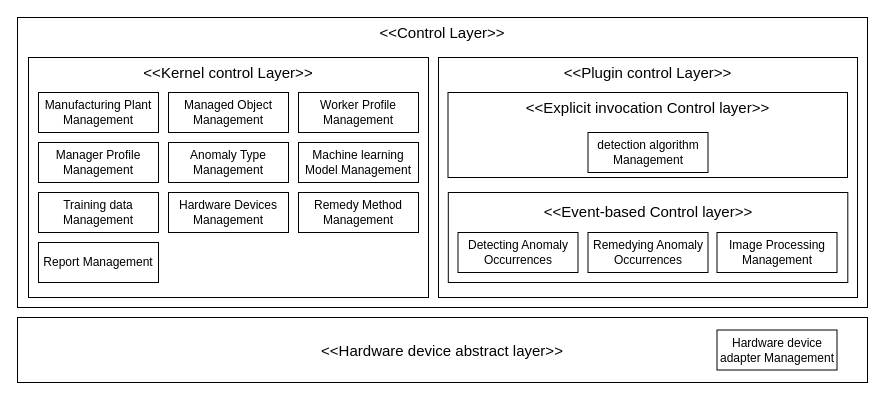
The draw.io diagram functional_component.drawio in ShineSoYoung/TEST, before the edit. Source tidied: cells renumbered, new cells numbered last; positions are measured from the earlier drawing's top-left corner, leaving out a move shared by most shapes. Both pictures are drawn from the tidied source at 100%, with x=0, y=0 at pixel (17, 17).
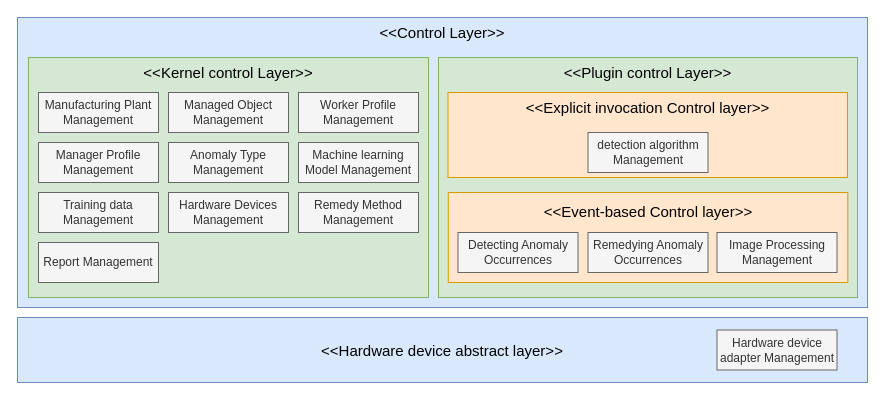
Above is the later version.

The edit, as a diff of the source:
```diff
@@
-    <mxCell id="2" style="rounded=0;whiteSpace=wrap;html=1;" parent="1" vertex="1">
+    <mxCell id="2" style="rounded=0;whiteSpace=wrap;html=1;fillColor=#dae8fc;strokeColor=#6c8ebf;" parent="1" vertex="1">
       <mxGeometry width="850" height="290" as="geometry" />
     </mxCell>
@@
-    <mxCell id="4" style="rounded=0;whiteSpace=wrap;html=1;" parent="1" vertex="1">
+    <mxCell id="4" style="rounded=0;whiteSpace=wrap;html=1;fillColor=#d5e8d4;strokeColor=#82b366;" parent="1" vertex="1">
       <mxGeometry x="11" y="40" width="400" height="240" as="geometry" />
     </mxCell>
@@
-    <mxCell id="6" style="rounded=0;whiteSpace=wrap;html=1;" parent="1" vertex="1">
+    <mxCell id="6" style="rounded=0;whiteSpace=wrap;html=1;fillColor=#d5e8d4;strokeColor=#82b366;" parent="1" vertex="1">
       <mxGeometry x="421" y="40" width="419" height="240" as="geometry" />
     </mxCell>
@@
-    <mxCell id="8" value="&amp;lt;&amp;lt;Hardware device abstract layer&amp;gt;&amp;gt;" style="rounded=0;whiteSpace=wrap;html=1;fontSize=15;" parent="1" vertex="1">
+    <mxCell id="8" value="&amp;lt;&amp;lt;Hardware device abstract layer&amp;gt;&amp;gt;" style="rounded=0;whiteSpace=wrap;html=1;fontSize=15;fillColor=#dae8fc;strokeColor=#6c8ebf;" parent="1" vertex="1">
       <mxGeometry y="300" width="850" height="65" as="geometry" />
     </mxCell>
-    <mxCell id="9" value="Manufacturing Plant Management" style="rounded=0;whiteSpace=wrap;html=1;" parent="1" vertex="1">
+    <mxCell id="9" value="Manufacturing Plant Management" style="rounded=0;whiteSpace=wrap;html=1;fillColor=#f5f5f5;fontColor=#333333;strokeColor=#666666;" parent="1" vertex="1">
       <mxGeometry x="21" y="75" width="120" height="40" as="geometry" />
     </mxCell>
-    <mxCell id="10" value="Managed Object Management" style="rounded=0;whiteSpace=wrap;html=1;" parent="1" vertex="1">
+    <mxCell id="10" value="Managed Object Management" style="rounded=0;whiteSpace=wrap;html=1;fillColor=#f5f5f5;fontColor=#333333;strokeColor=#666666;" parent="1" vertex="1">
       <mxGeometry x="151" y="75" width="120" height="40" as="geometry" />
     </mxCell>
-    <mxCell id="11" value="Worker Profile Management" style="rounded=0;whiteSpace=wrap;html=1;" parent="1" vertex="1">
+    <mxCell id="11" value="Worker Profile Management" style="rounded=0;whiteSpace=wrap;html=1;fillColor=#f5f5f5;fontColor=#333333;strokeColor=#666666;" parent="1" vertex="1">
       <mxGeometry x="281" y="75" width="120" height="40" as="geometry" />
     </mxCell>
-    <mxCell id="12" value="Manager Profile Management" style="rounded=0;whiteSpace=wrap;html=1;" parent="1" vertex="1">
+    <mxCell id="12" value="Manager Profile Management" style="rounded=0;whiteSpace=wrap;html=1;fillColor=#f5f5f5;fontColor=#333333;strokeColor=#666666;" parent="1" vertex="1">
       <mxGeometry x="21" y="125" width="120" height="40" as="geometry" />
     </mxCell>
-    <mxCell id="13" value="Anomaly Type Management" style="rounded=0;whiteSpace=wrap;html=1;" parent="1" vertex="1">
+    <mxCell id="13" value="Anomaly Type Management" style="rounded=0;whiteSpace=wrap;html=1;fillColor=#f5f5f5;fontColor=#333333;strokeColor=#666666;" parent="1" vertex="1">
       <mxGeometry x="151" y="125" width="120" height="40" as="geometry" />
     </mxCell>
-    <mxCell id="14" value="Remedy Method Management" style="rounded=0;whiteSpace=wrap;html=1;" parent="1" vertex="1">
+    <mxCell id="14" value="Remedy Method Management" style="rounded=0;whiteSpace=wrap;html=1;fillColor=#f5f5f5;fontColor=#333333;strokeColor=#666666;" parent="1" vertex="1">
       <mxGeometry x="281" y="175" width="120" height="40" as="geometry" />
     </mxCell>
-    <mxCell id="15" value="Machine learning Model Management" style="rounded=0;whiteSpace=wrap;html=1;" parent="1" vertex="1">
+    <mxCell id="15" value="Machine learning Model Management" style="rounded=0;whiteSpace=wrap;html=1;fillColor=#f5f5f5;fontColor=#333333;strokeColor=#666666;" parent="1" vertex="1">
       <mxGeometry x="281" y="125" width="120" height="40" as="geometry" />
     </mxCell>
-    <mxCell id="16" value="Training data Management" style="rounded=0;whiteSpace=wrap;html=1;" parent="1" vertex="1">
+    <mxCell id="16" value="Training data Management" style="rounded=0;whiteSpace=wrap;html=1;fillColor=#f5f5f5;fontColor=#333333;strokeColor=#666666;" parent="1" vertex="1">
       <mxGeometry x="21" y="175" width="120" height="40" as="geometry" />
     </mxCell>
-    <mxCell id="17" value="Report Management" style="rounded=0;whiteSpace=wrap;html=1;" parent="1" vertex="1">
+    <mxCell id="17" value="Report Management" style="rounded=0;whiteSpace=wrap;html=1;fillColor=#f5f5f5;fontColor=#333333;strokeColor=#666666;" parent="1" vertex="1">
       <mxGeometry x="21" y="225" width="120" height="40" as="geometry" />
     </mxCell>
-    <mxCell id="18" style="rounded=0;whiteSpace=wrap;html=1;" parent="1" vertex="1">
+    <mxCell id="18" style="rounded=0;whiteSpace=wrap;html=1;fillColor=#ffe6cc;strokeColor=#d79b00;" parent="1" vertex="1">
       <mxGeometry x="430.8" y="175" width="399.5" height="90" as="geometry" />
     </mxCell>
-    <mxCell id="19" style="rounded=0;whiteSpace=wrap;html=1;" parent="1" vertex="1">
+    <mxCell id="19" style="rounded=0;whiteSpace=wrap;html=1;fillColor=#ffe6cc;strokeColor=#d79b00;" parent="1" vertex="1">
       <mxGeometry x="430.5" y="75" width="399.5" height="85" as="geometry" />
     </mxCell>
-    <mxCell id="20" value="Hardware device adapter Management" style="rounded=0;whiteSpace=wrap;html=1;" parent="1" vertex="1">
+    <mxCell id="20" value="Hardware device adapter Management" style="rounded=0;whiteSpace=wrap;html=1;fillColor=#f5f5f5;fontColor=#333333;strokeColor=#666666;" parent="1" vertex="1">
       <mxGeometry x="699.5" y="312.5" width="120" height="40" as="geometry" />
     </mxCell>
-    <mxCell id="21" value="Remedying Anomaly Occurrences" style="rounded=0;whiteSpace=wrap;html=1;" parent="1" vertex="1">
+    <mxCell id="21" value="Remedying Anomaly Occurrences" style="rounded=0;whiteSpace=wrap;html=1;fillColor=#f5f5f5;fontColor=#333333;strokeColor=#666666;" parent="1" vertex="1">
       <mxGeometry x="570.5" y="215" width="120" height="40" as="geometry" />
     </mxCell>
-    <mxCell id="22" value="Image Processing Management" style="rounded=0;whiteSpace=wrap;html=1;" parent="1" vertex="1">
+    <mxCell id="22" value="Image Processing Management" style="rounded=0;whiteSpace=wrap;html=1;fillColor=#f5f5f5;fontColor=#333333;strokeColor=#666666;" parent="1" vertex="1">
       <mxGeometry x="699.5" y="215" width="120" height="40" as="geometry" />
     </mxCell>
-    <mxCell id="23" value="detection algorithm Management" style="rounded=0;whiteSpace=wrap;html=1;" parent="1" vertex="1">
+    <mxCell id="23" value="detection algorithm Management" style="rounded=0;whiteSpace=wrap;html=1;fillColor=#f5f5f5;fontColor=#333333;strokeColor=#666666;" parent="1" vertex="1">
       <mxGeometry x="570.5" y="115" width="120" height="40" as="geometry" />
     </mxCell>
@@
-    <mxCell id="26" value="Hardware Devices Management" style="rounded=0;whiteSpace=wrap;html=1;" parent="1" vertex="1">
+    <mxCell id="26" value="Hardware Devices Management" style="rounded=0;whiteSpace=wrap;html=1;fillColor=#f5f5f5;fontColor=#333333;strokeColor=#666666;" parent="1" vertex="1">
       <mxGeometry x="151" y="175" width="120" height="40" as="geometry" />
     </mxCell>
-    <mxCell id="27" value="Detecting Anomaly Occurrences" style="rounded=0;whiteSpace=wrap;html=1;" parent="1" vertex="1">
+    <mxCell id="27" value="Detecting Anomaly Occurrences" style="rounded=0;whiteSpace=wrap;html=1;fillColor=#f5f5f5;fontColor=#333333;strokeColor=#666666;" parent="1" vertex="1">
       <mxGeometry x="440.5" y="215" width="120" height="40" as="geometry" />
     </mxCell>
```
